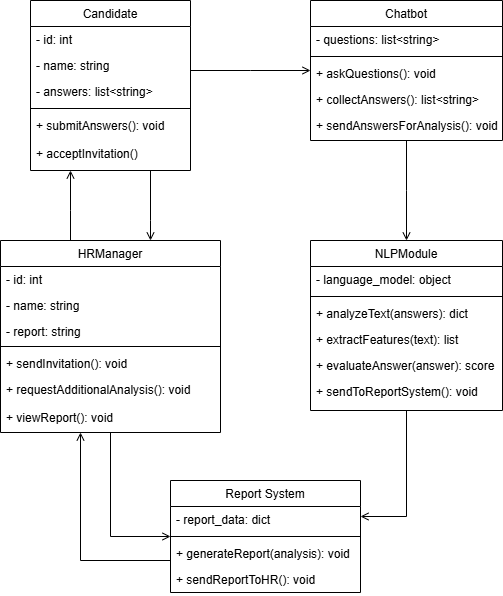
Above: Диаграмма классов.drawio.png in Evgeny-Yakovlev73/Diagramms (draw.io), before the change. Source tidied: cells renumbered, new cells last; positions are measured from the earlier drawing's top-left corner, leaving out a move shared by most shapes.
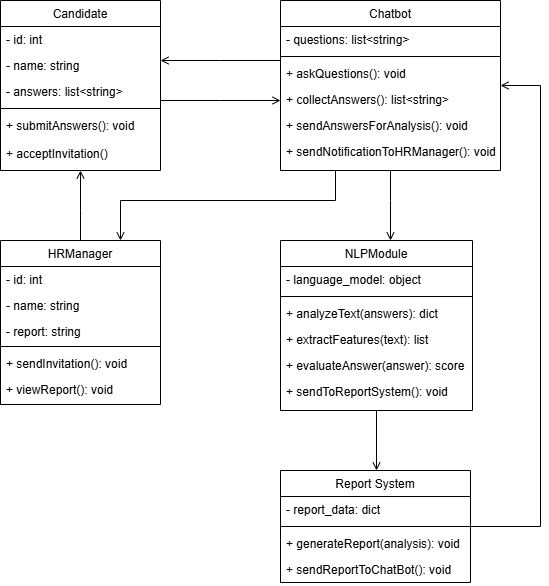
The same diagram one commit later.

Diff of the diagram source:
```diff
@@ -24,7 +24,7 @@
       <mxGeometry y="140" width="160" height="28" as="geometry" />
     </mxCell>
     <mxCell id="9" value="Report System" style="swimlane;fontStyle=0;align=center;verticalAlign=top;horizontal=1;startSize=26;rounded=0;shadow=0;strokeWidth=1;" parent="1" vertex="1">
-      <mxGeometry x="170" y="480" width="190" height="112" as="geometry" />
+      <mxGeometry x="310" y="470" width="190" height="112" as="geometry" />
     </mxCell>
     <mxCell id="10" value="- report_data: dict" style="text;align=left;verticalAlign=top;spacingLeft=4;spacingRight=4;overflow=hidden;" parent="9" vertex="1">
       <mxGeometry y="26" width="190" height="26" as="geometry" />
@@ -35,29 +35,35 @@
     <mxCell id="12" value="+ generateReport(analysis): void" style="text;align=left;verticalAlign=top;spacingLeft=4;spacingRight=4;overflow=hidden;fontStyle=0;" parent="9" vertex="1">
       <mxGeometry y="60" width="190" height="26" as="geometry" />
     </mxCell>
-    <mxCell id="13" value="+ sendReportToHR(): void" style="text;align=left;verticalAlign=top;spacingLeft=4;spacingRight=4;overflow=hidden;" parent="9" vertex="1">
+    <mxCell id="13" value="+ sendReportToChatBot(): void" style="text;align=left;verticalAlign=top;spacingLeft=4;spacingRight=4;overflow=hidden;" parent="9" vertex="1">
       <mxGeometry y="86" width="190" height="26" as="geometry" />
     </mxCell>
     <mxCell id="14" value="Chatbot" style="swimlane;fontStyle=0;align=center;verticalAlign=top;horizontal=1;startSize=26;rounded=0;shadow=0;strokeWidth=1;" parent="1" vertex="1">
-      <mxGeometry x="310" width="192" height="140" as="geometry" />
+      <mxGeometry x="310" width="220" height="170" as="geometry" />
     </mxCell>
     <mxCell id="15" value="- questions: list&lt;string&gt;" style="text;align=left;verticalAlign=top;spacingLeft=4;spacingRight=4;overflow=hidden;" parent="14" vertex="1">
-      <mxGeometry y="26" width="192" height="26" as="geometry" />
+      <mxGeometry y="26" width="220" height="26" as="geometry" />
     </mxCell>
     <mxCell id="16" style="line;html=1;strokeWidth=1;align=left;verticalAlign=middle;spacingTop=-1;spacingLeft=3;spacingRight=3;labelPosition=right;" parent="14" vertex="1">
-      <mxGeometry y="52" width="192" height="8" as="geometry" />
+      <mxGeometry y="52" width="220" height="8" as="geometry" />
     </mxCell>
     <mxCell id="17" value="+ askQuestions(): void" style="text;align=left;verticalAlign=top;spacingLeft=4;spacingRight=4;overflow=hidden;" parent="14" vertex="1">
-      <mxGeometry y="60" width="192" height="26" as="geometry" />
+      <mxGeometry y="60" width="220" height="26" as="geometry" />
     </mxCell>
     <mxCell id="18" value="+ collectAnswers(): list&lt;string&gt;" style="text;align=left;verticalAlign=top;spacingLeft=4;spacingRight=4;overflow=hidden;" parent="14" vertex="1">
-      <mxGeometry y="86" width="192" height="26" as="geometry" />
+      <mxGeometry y="86" width="220" height="26" as="geometry" />
     </mxCell>
     <mxCell id="19" value="+ sendAnswersForAnalysis(): void" style="text;align=left;verticalAlign=top;spacingLeft=4;spacingRight=4;overflow=hidden;rounded=0;shadow=0;html=0;" parent="14" vertex="1">
-      <mxGeometry y="112" width="192" height="26" as="geometry" />
+      <mxGeometry y="112" width="220" height="26" as="geometry" />
     </mxCell>
+    <mxCell id="42" value="+ sendNotificationToHRManager(): void" style="text;align=left;verticalAlign=top;spacingLeft=4;spacingRight=4;overflow=hidden;rounded=0;shadow=0;html=0;" parent="14" vertex="1">
+      <mxGeometry y="138" width="220" height="26" as="geometry" />
+    </mxCell>
     <mxCell id="20" style="endArrow=open;shadow=0;strokeWidth=1;rounded=0;curved=0;endFill=1;edgeStyle=elbowEdgeStyle;elbow=vertical;" parent="1" edge="1" source="2" target="14">
       <mxGeometry x="0.5" y="41" relative="1" as="geometry">
+        <Array as="points">
+          <mxPoint x="250" y="100" />
+        </Array>
         <mxPoint x="-40" y="32" as="offset" />
       </mxGeometry>
     </mxCell>
@@ -82,74 +88,74 @@
     <mxCell id="27" value="+ sendToReportSystem(): void" style="text;align=left;verticalAlign=top;spacingLeft=4;spacingRight=4;overflow=hidden;rounded=0;shadow=0;html=0;" parent="21" vertex="1">
       <mxGeometry y="138" width="192" height="26" as="geometry" />
     </mxCell>
-    <mxCell id="28" style="endArrow=open;shadow=0;strokeWidth=1;rounded=0;curved=0;endFill=1;edgeStyle=elbowEdgeStyle;elbow=vertical;exitX=0.5;exitY=1;exitDx=0;exitDy=0;entryX=0.5;entryY=0;entryDx=0;entryDy=0;" parent="1" edge="1" source="14" target="21">
+    <mxCell id="28" style="endArrow=open;shadow=0;strokeWidth=1;rounded=0;curved=0;endFill=1;edgeStyle=elbowEdgeStyle;elbow=vertical;" parent="1" edge="1" source="14" target="21">
       <mxGeometry x="0.5" y="41" relative="1" as="geometry">
+        <Array as="points">
+          <mxPoint x="420" y="200" />
+        </Array>
         <mxPoint x="-40" y="32" as="offset" />
       </mxGeometry>
     </mxCell>
     <mxCell id="29" style="endArrow=open;shadow=0;strokeWidth=1;rounded=0;curved=0;endFill=1;edgeStyle=elbowEdgeStyle;elbow=vertical;exitX=0.5;exitY=1;exitDx=0;exitDy=0;" parent="1" edge="1" source="21" target="9">
       <mxGeometry x="0.5" y="41" relative="1" as="geometry">
         <Array as="points">
-          <mxPoint x="400" y="516" />
+          <mxPoint x="400" y="550" />
         </Array>
         <mxPoint x="-40" y="32" as="offset" />
       </mxGeometry>
     </mxCell>
     <mxCell id="30" value="HRManager" style="swimlane;fontStyle=0;align=center;verticalAlign=top;horizontal=1;startSize=26;rounded=0;shadow=0;strokeWidth=1;" parent="1" vertex="1">
-      <mxGeometry y="240" width="220" height="192" as="geometry" />
+      <mxGeometry x="30" y="240" width="160" height="164" as="geometry" />
     </mxCell>
     <mxCell id="31" value="- id: int" style="text;align=left;verticalAlign=top;spacingLeft=4;spacingRight=4;overflow=hidden;" parent="30" vertex="1">
-      <mxGeometry y="26" width="220" height="26" as="geometry" />
+      <mxGeometry y="26" width="160" height="26" as="geometry" />
     </mxCell>
     <mxCell id="32" value="- name: string" style="text;align=left;verticalAlign=top;spacingLeft=4;spacingRight=4;overflow=hidden;rounded=0;shadow=0;html=0;" parent="30" vertex="1">
-      <mxGeometry y="52" width="220" height="26" as="geometry" />
+      <mxGeometry y="52" width="160" height="26" as="geometry" />
     </mxCell>
     <mxCell id="33" value="- report: string" style="text;align=left;verticalAlign=top;spacingLeft=4;spacingRight=4;overflow=hidden;rounded=0;shadow=0;html=0;" parent="30" vertex="1">
-      <mxGeometry y="78" width="220" height="24" as="geometry" />
+      <mxGeometry y="78" width="160" height="24" as="geometry" />
     </mxCell>
     <mxCell id="34" style="line;html=1;strokeWidth=1;align=left;verticalAlign=middle;spacingTop=-1;spacingLeft=3;spacingRight=3;labelPosition=right;" parent="30" vertex="1">
-      <mxGeometry y="102" width="220" height="8" as="geometry" />
+      <mxGeometry y="102" width="160" height="8" as="geometry" />
     </mxCell>
     <mxCell id="35" value="+ sendInvitation(): void" style="text;align=left;verticalAlign=top;spacingLeft=4;spacingRight=4;overflow=hidden;" parent="30" vertex="1">
-      <mxGeometry y="110" width="220" height="26" as="geometry" />
+      <mxGeometry y="110" width="160" height="26" as="geometry" />
     </mxCell>
-    <mxCell id="36" value="+ requestAdditionalAnalysis(): void" style="text;align=left;verticalAlign=top;spacingLeft=4;spacingRight=4;overflow=hidden;" parent="30" vertex="1">
-      <mxGeometry y="136" width="220" height="28" as="geometry" />
-    </mxCell>
     <mxCell id="37" value="+ viewReport(): void" style="text;align=left;verticalAlign=top;spacingLeft=4;spacingRight=4;overflow=hidden;" parent="30" vertex="1">
-      <mxGeometry y="164" width="220" height="28" as="geometry" />
+      <mxGeometry y="136" width="160" height="28" as="geometry" />
     </mxCell>
     <mxCell id="38" style="endArrow=open;shadow=0;strokeWidth=1;rounded=0;curved=0;endFill=1;edgeStyle=elbowEdgeStyle;elbow=vertical;" parent="1" edge="1" source="30" target="2">
       <mxGeometry x="0.5" y="41" relative="1" as="geometry">
         <Array as="points">
-          <mxPoint x="70" y="210" />
+          <mxPoint x="110" y="210" />
         </Array>
         <mxPoint x="-40" y="32" as="offset" />
       </mxGeometry>
     </mxCell>
-    <mxCell id="39" style="endArrow=open;shadow=0;strokeWidth=1;rounded=0;curved=0;endFill=1;edgeStyle=elbowEdgeStyle;elbow=vertical;" parent="1" edge="1" source="2" target="30">
-      <mxGeometry x="0.5" y="41" relative="1" as="geometry">
-        <Array as="points">
-          <mxPoint x="150" y="220" />
-        </Array>
-        <mxPoint x="-40" y="32" as="offset" />
-      </mxGeometry>
-    </mxCell>
-    <mxCell id="40" style="endArrow=open;shadow=0;strokeWidth=1;rounded=0;curved=0;endFill=1;edgeStyle=elbowEdgeStyle;elbow=vertical;" parent="1" edge="1" source="30" target="9">
-      <mxGeometry x="0.5" y="41" relative="1" as="geometry">
-        <Array as="points">
-          <mxPoint x="110" y="536" />
-        </Array>
-        <mxPoint x="-40" y="32" as="offset" />
-      </mxGeometry>
-    </mxCell>
-    <mxCell id="41" style="endArrow=open;shadow=0;strokeWidth=1;rounded=0;curved=0;endFill=1;edgeStyle=elbowEdgeStyle;elbow=vertical;" parent="1" edge="1" source="9" target="30">
+    <mxCell id="41" style="endArrow=open;shadow=0;strokeWidth=1;rounded=0;curved=0;endFill=1;edgeStyle=elbowEdgeStyle;elbow=vertical;" parent="1" edge="1" source="9" target="14">
       <mxGeometry x="0.5" y="41" relative="1" as="geometry">
         <Array as="points">
-          <mxPoint x="80" y="560" />
+          <mxPoint x="570" y="300" />
         </Array>
         <mxPoint x="-40" y="32" as="offset" />
       </mxGeometry>
     </mxCell>
+    <mxCell id="43" style="endArrow=open;shadow=0;strokeWidth=1;rounded=0;curved=0;endFill=1;edgeStyle=elbowEdgeStyle;elbow=vertical;" parent="1" edge="1" source="14" target="2">
+      <mxGeometry x="0.5" y="41" relative="1" as="geometry">
+        <Array as="points">
+          <mxPoint x="250" y="60" />
+        </Array>
+        <mxPoint x="-40" y="32" as="offset" />
+      </mxGeometry>
+    </mxCell>
+    <mxCell id="44" style="endArrow=open;shadow=0;strokeWidth=1;rounded=0;curved=0;endFill=1;edgeStyle=elbowEdgeStyle;elbow=vertical;exitX=0.25;exitY=1;exitDx=0;exitDy=0;entryX=0.75;entryY=0;entryDx=0;entryDy=0;" parent="1" edge="1" source="14" target="30">
+      <mxGeometry x="0.5" y="41" relative="1" as="geometry">
+        <Array as="points">
+          <mxPoint x="270" y="200" />
+        </Array>
+        <mxPoint x="-40" y="32" as="offset" />
+      </mxGeometry>
+    </mxCell>
   </root>
 </mxGraphModel>
```
